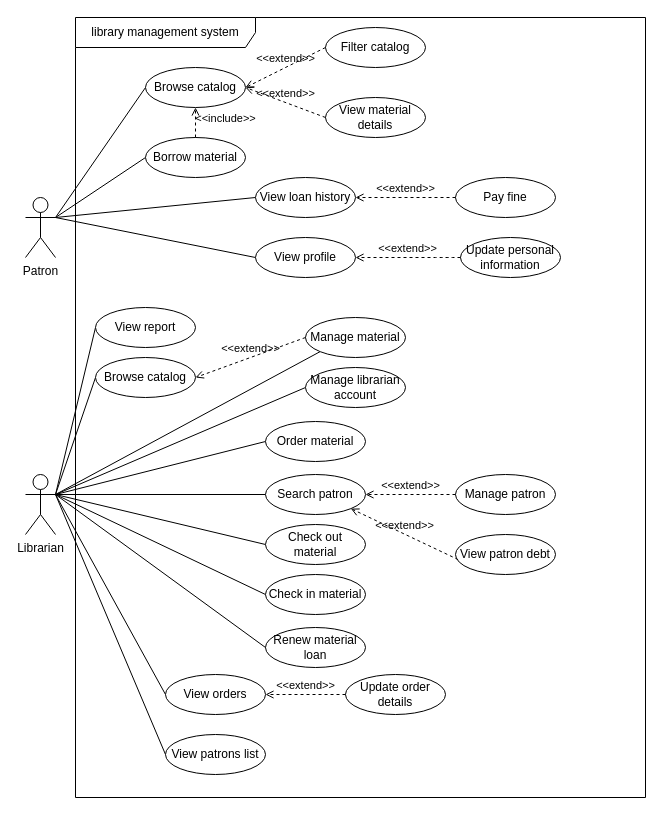
creme332/biblionex keeps this draw.io diagram as docs/assets/uml-use-case.drawio. Above is the earlier version. Source tidied: cells renumbered, new cells numbered last; positions are measured from the earlier drawing's top-left corner, leaving out a move shared by most shapes. Both pictures are drawn from the tidied source at 100%, with x=0, y=0 at pixel (25, 17).
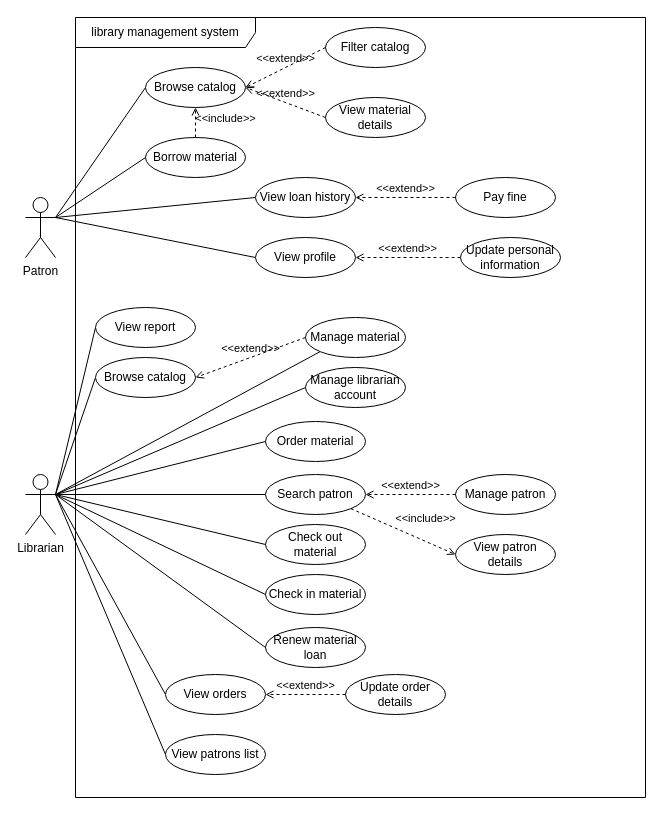
After the change.

Commit message:
replace view patron debt with view patron details

Unchanged cells that the change refers to:
```xml
<mxCell id="42" value="Search patron" style="ellipse;whiteSpace=wrap;html=1;align=center;" parent="1" vertex="1">
  <mxGeometry x="240" y="457" width="100" height="40" as="geometry" />
</mxCell>
```

Change to the diagram source:
```diff
@@
-    <mxCell id="37" value="View patron debt" style="ellipse;whiteSpace=wrap;html=1;align=center;" parent="1" vertex="1">
+    <mxCell id="37" value="View patron details" style="ellipse;whiteSpace=wrap;html=1;align=center;" parent="1" vertex="1">
       <mxGeometry x="430" y="517" width="100" height="40" as="geometry" />
     </mxCell>
-    <mxCell id="38" value="&amp;lt;&amp;lt;extend&amp;gt;&amp;gt;" style="html=1;verticalAlign=bottom;labelBackgroundColor=none;endArrow=open;endFill=0;dashed=1;exitX=0.026;exitY=0.626;exitDx=0;exitDy=0;entryX=1;entryY=1;entryDx=0;entryDy=0;exitPerimeter=0;" parent="1" edge="1" source="37" target="42">
-      <mxGeometry relative="1" as="geometry" />
-    </mxCell>
@@
+    <mxCell id="51" value="&amp;lt;&amp;lt;include&amp;gt;&amp;gt;" style="html=1;verticalAlign=bottom;labelBackgroundColor=none;endArrow=open;endFill=0;dashed=1;exitX=1;exitY=1;exitDx=0;exitDy=0;entryX=0;entryY=0.5;entryDx=0;entryDy=0;" parent="1" edge="1" source="42" target="37">
+      <mxGeometry x="0.33" y="13" relative="1" as="geometry" />
+    </mxCell>
```
